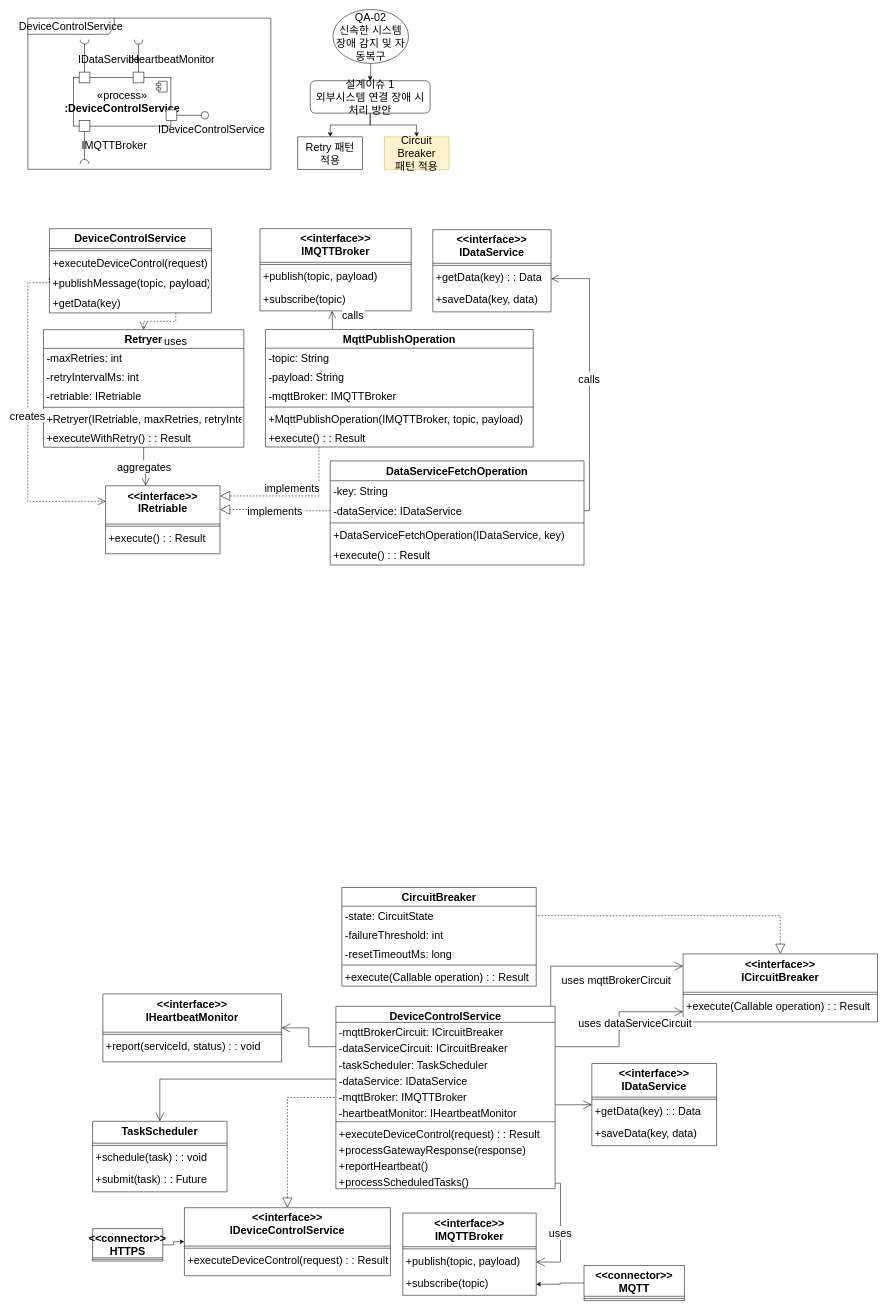
Earlier version of the draw.io diagram page "DeviceControlService" (3 of 6) of DetailedComponentDesign.drawio (GeniusHoon/AssociateArchitect). Source tidied: cells renumbered, new cells numbered last; positions are measured from the earlier drawing's top-left corner, leaving out a move shared by most shapes. Both pictures are drawn from the tidied source at 54%, with x=0, y=0 at pixel (28, 9).
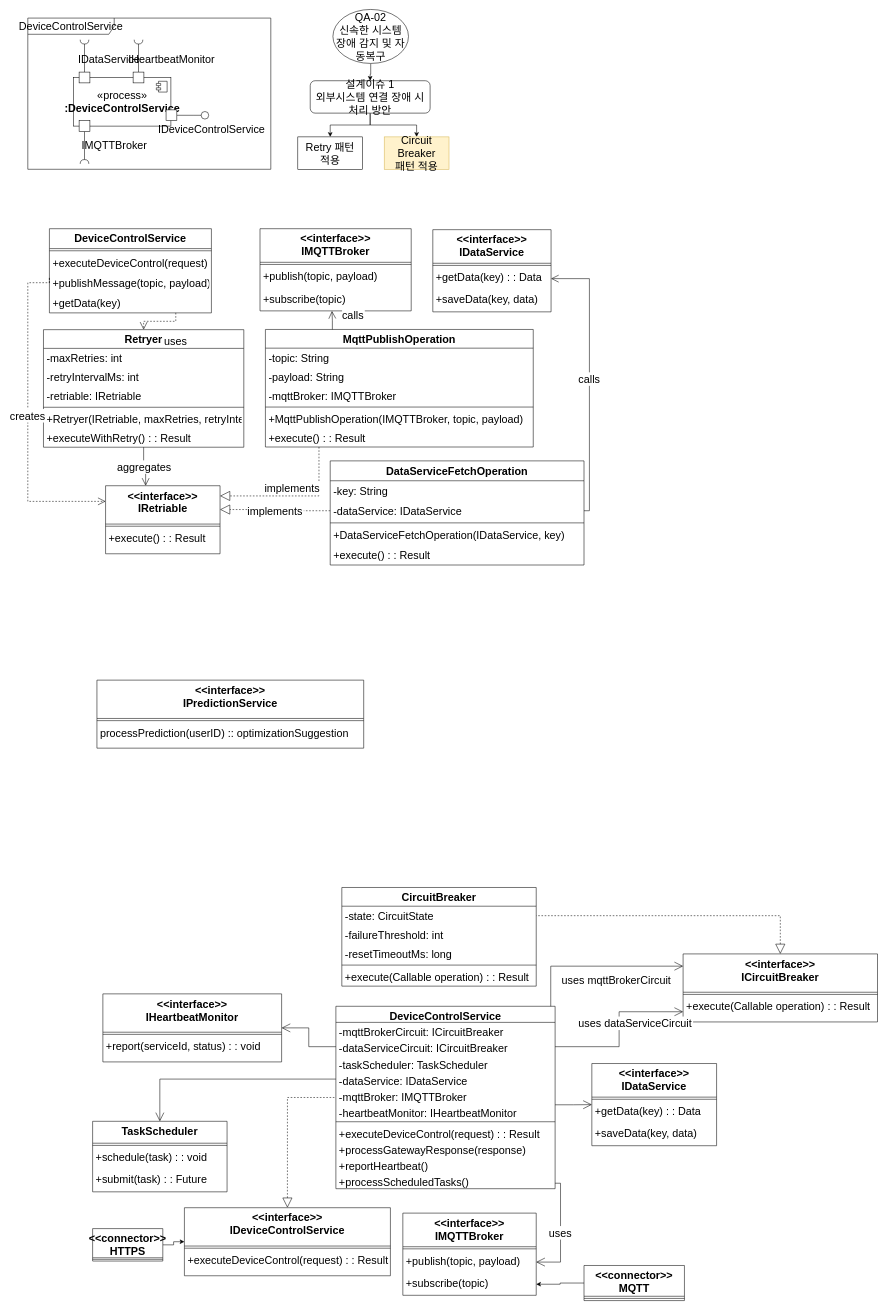
The same page after the edit.

Diff of the diagram source:
```diff
@@
+    <mxCell id="124" value="&lt;&lt;interface&gt;&gt;&#10;IPredictionService" style="swimlane;fontStyle=1;align=center;verticalAlign=top;horizontal=1;startSize=70.98722076416016;fontSize=20;" parent="1" vertex="1">
+      <mxGeometry x="128" y="1242" width="494" height="126" as="geometry" />
+    </mxCell>
+    <mxCell id="125" style="line;strokeWidth=1;fillColor=none;align=left;verticalAlign=middle;spacingTop=-1;spacingLeft=3;spacingRight=3;labelPosition=right;strokeColor=inherit;fontSize=20;" parent="124" vertex="1">
+      <mxGeometry y="71" width="494" height="8" as="geometry" />
+    </mxCell>
+    <mxCell id="126" value="processPrediction(userID) :: optimizationSuggestion" style="text;strokeColor=none;fillColor=none;align=left;verticalAlign=top;spacingLeft=4;spacingRight=4;overflow=hidden;fontSize=20;" parent="124" vertex="1">
+      <mxGeometry y="79" width="494" height="47" as="geometry" />
+    </mxCell>
```
